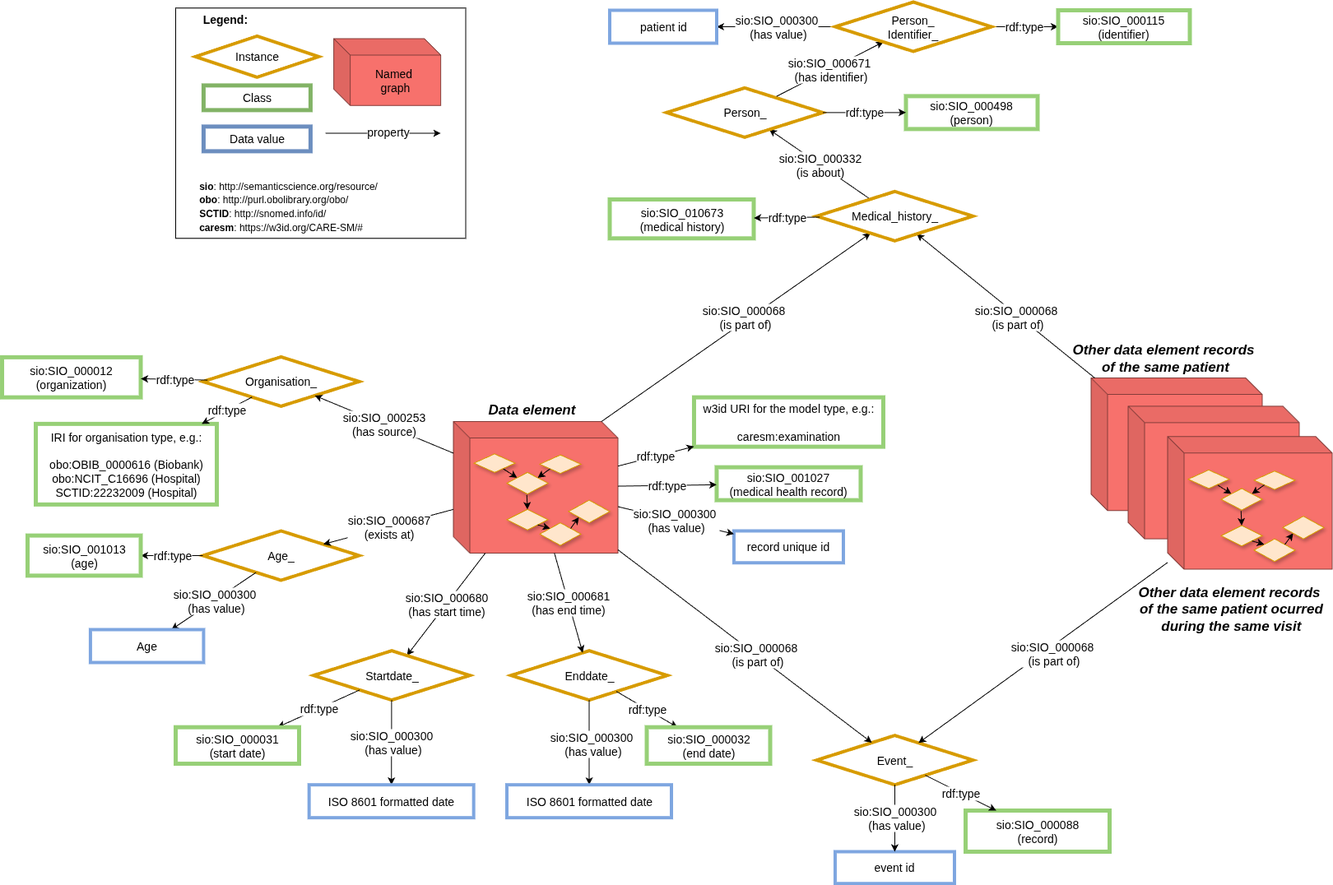
Above: images/CARE-SM-Context.drawio.png in CARE-SM/CARE-Semantic-Model (draw.io), before the change. Source tidied: cells renumbered, new cells last; positions are measured from the earlier drawing's top-left corner, leaving out a move shared by most shapes.
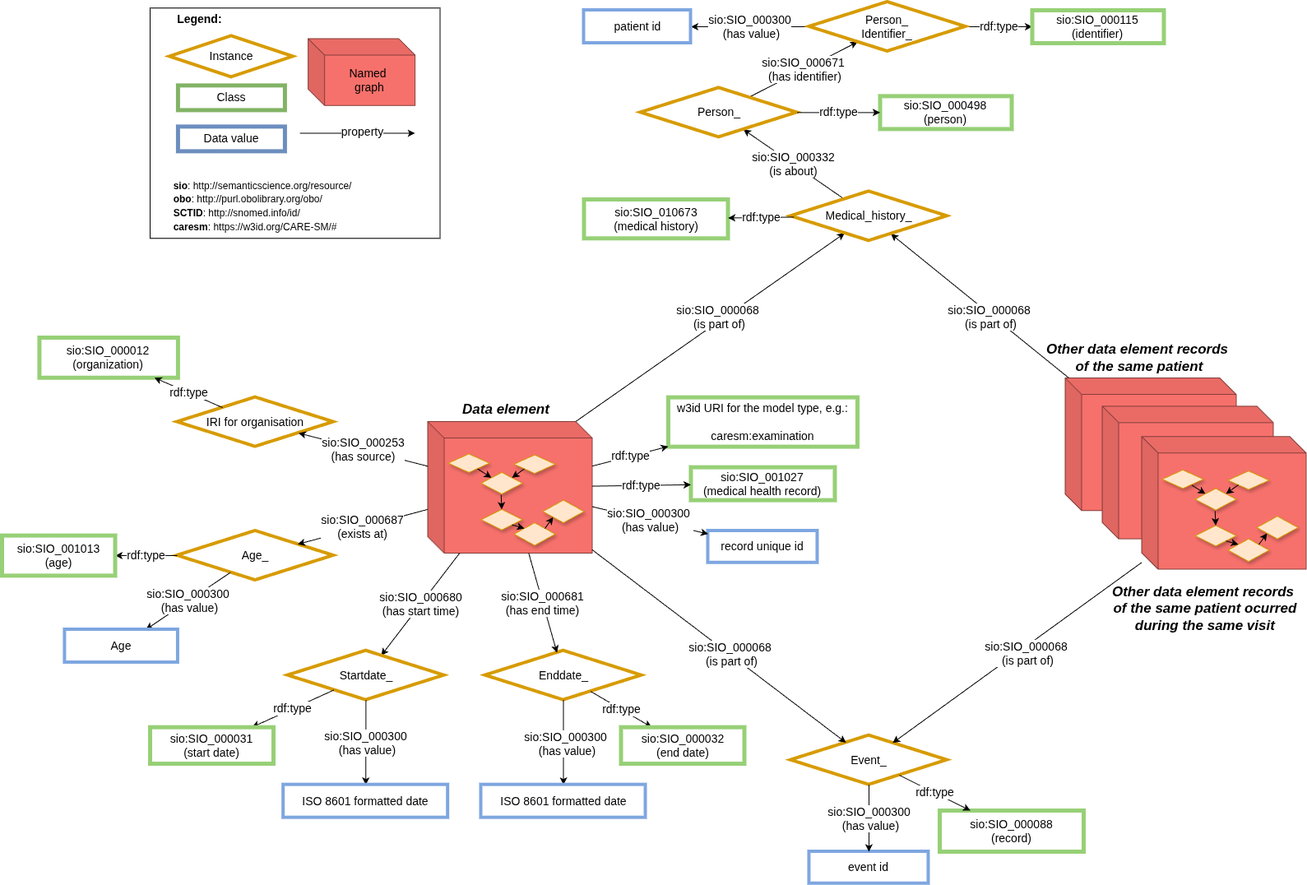
Above is the later version.

Commit message:
Organisation information updated

The edit, as a diff of the source:
```diff
@@ -170,18 +170,15 @@
     <mxCell id="56" value="ISO 8601 formatted date" style="whiteSpace=wrap;html=1;fillColor=#FFFFFF;strokeColor=#7EA6E0;strokeWidth=4;fontSize=14;" parent="1" vertex="1">
       <mxGeometry x="373.2" y="951.7" width="200" height="40" as="geometry" />
     </mxCell>
-    <mxCell id="57" value="Organisation_" style="rhombus;whiteSpace=wrap;html=1;fillColor=#FFFFFF;strokeColor=#D79B00;strokeWidth=4;fontSize=14;" parent="1" vertex="1">
-      <mxGeometry x="244" y="431.4" width="190" height="60" as="geometry" />
+    <mxCell id="57" value="IRI for organisation" style="rhombus;whiteSpace=wrap;html=1;fillColor=#FFFFFF;strokeColor=#D79B00;strokeWidth=4;fontSize=14;" parent="1" vertex="1">
+      <mxGeometry x="244" y="480.6" width="190" height="60" as="geometry" />
     </mxCell>
     <mxCell id="58" value="&lt;div&gt;sio:SIO_000012&lt;br&gt;(organization)&lt;/div&gt;" style="whiteSpace=wrap;html=1;fillColor=#FFFFFF;strokeColor=#97D077;strokeWidth=5;fontSize=14;" parent="1" vertex="1">
-      <mxGeometry y="431.9" width="168.5" height="48.8" as="geometry" />
+      <mxGeometry x="76.4" y="408" width="168.5" height="48.8" as="geometry" />
     </mxCell>
     <mxCell id="59" value="&lt;font style=&quot;font-size: 14px;&quot;&gt;sio:SIO_000253&lt;/font&gt;&lt;div&gt;&lt;font style=&quot;font-size: 14px;&quot;&gt;(has source)&lt;/font&gt;&lt;/div&gt;" style="rounded=0;jettySize=auto;html=1;fontSize=14;" parent="1" edge="1" source="9" target="57">
       <mxGeometry relative="1" as="geometry" />
     </mxCell>
-    <mxCell id="60" value="&lt;font style=&quot;font-size: 14px;&quot;&gt;IRI for organisation type, e&lt;/font&gt;&lt;span style=&quot;background-color: transparent; color: light-dark(rgb(0, 0, 0), rgb(255, 255, 255));&quot;&gt;.g.:&lt;/span&gt;&lt;div&gt;&lt;br&gt;&lt;div&gt;&lt;span style=&quot;background-color: transparent; color: light-dark(rgb(0, 0, 0), rgb(255, 255, 255));&quot;&gt;obo:&lt;/span&gt;&lt;span style=&quot;background-color: transparent;&quot;&gt;OBIB_0000616 (&lt;/span&gt;&lt;span style=&quot;background-color: transparent; color: light-dark(rgb(0, 0, 0), rgb(255, 255, 255));&quot;&gt;Biobank)&lt;/span&gt;&lt;/div&gt;&lt;div&gt;&lt;div&gt;&lt;span style=&quot;background-color: transparent; color: light-dark(rgb(0, 0, 0), rgb(255, 255, 255));&quot;&gt;obo:&lt;/span&gt;&lt;span style=&quot;background-color: transparent;&quot;&gt;NCIT_C16696 (&lt;/span&gt;&lt;span style=&quot;background-color: transparent; color: light-dark(rgb(0, 0, 0), rgb(255, 255, 255));&quot;&gt;Hospital)&lt;/span&gt;&lt;/div&gt;&lt;div&gt;&lt;span style=&quot;background-color: transparent;&quot;&gt;SCTID&lt;/span&gt;&lt;span style=&quot;background-color: transparent;&quot;&gt;:&lt;/span&gt;&lt;span style=&quot;background-color: transparent;&quot;&gt;22232009&lt;/span&gt;&lt;span style=&quot;background-color: transparent; color: light-dark(rgb(0, 0, 0), rgb(255, 255, 255));&quot;&gt;&amp;nbsp;(Hospital)&lt;/span&gt;&lt;/div&gt;&lt;/div&gt;&lt;/div&gt;" style="whiteSpace=wrap;html=1;fillColor=#FFFFFF;strokeColor=#97D077;strokeWidth=5;fontSize=14;" parent="1" vertex="1">
-      <mxGeometry x="41" y="512.9" width="220" height="98" as="geometry" />
-    </mxCell>
     <mxCell id="61" value="sio:SIO_000332&lt;div&gt;(is about)&lt;/div&gt;" style="rounded=0;jettySize=auto;html=1;fontSize=14;" parent="1" edge="1" source="68" target="63">
       <mxGeometry relative="1" as="geometry" />
     </mxCell>
@@ -254,9 +251,6 @@
     <mxCell id="84" value="sio:SIO_000068&lt;div&gt;&amp;nbsp;(is part of)&lt;/div&gt;" style="edgeStyle=none;rounded=0;jettySize=auto;html=1;fontSize=14;" parent="1" edge="1" source="23" target="77">
       <mxGeometry x="-0.05" y="7" relative="1" as="geometry" />
     </mxCell>
-    <mxCell id="85" value="rdf:type" style="edgeStyle=none;rounded=0;jettySize=auto;html=1;fontSize=14;" parent="1" edge="1" source="57" target="60">
-      <mxGeometry relative="1" as="geometry" />
-    </mxCell>
     <mxCell id="86" value="rdf:type" style="edgeStyle=none;rounded=0;jettySize=auto;html=1;fontSize=14;" parent="1" edge="1" source="57" target="58">
       <mxGeometry relative="1" as="geometry" />
     </mxCell>
```
